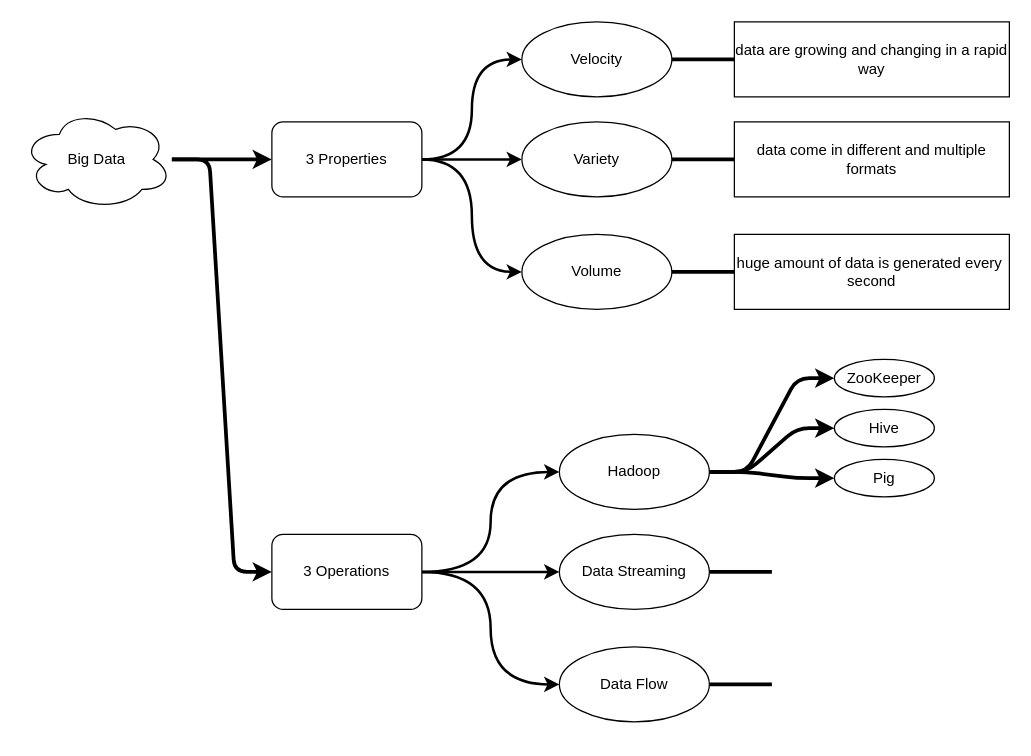
This is page "BigData" (1 of 3) of data-engineering.drawio from tungstudies/computer-science-study, a draw.io file, before an edit. Source tidied: cells renumbered, new cells numbered last; positions are measured from the earlier drawing's top-left corner, leaving out a move shared by most shapes. Both pictures are drawn from the tidied source at 125%, with x=0, y=0 at pixel (21, 21).
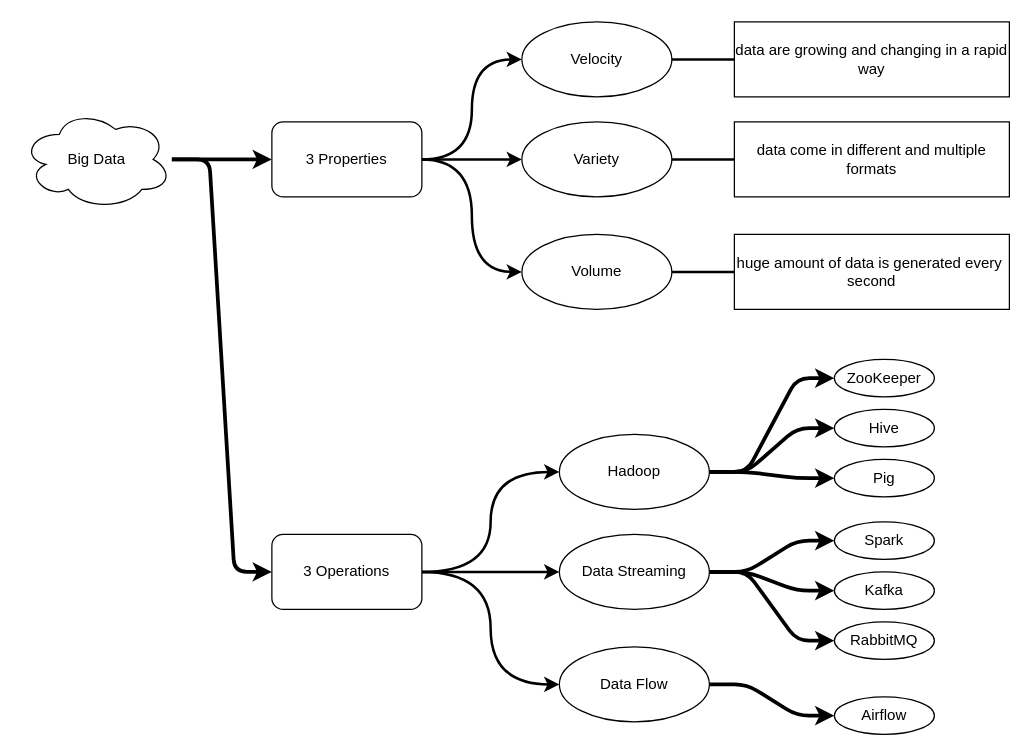
The same page after the edit.

The change refers to these unchanged cells:
```xml
<mxCell id="10" value="Variety" style="ellipse;whiteSpace=wrap;html=1;rounded=1;" parent="1" vertex="1">
  <mxGeometry x="400" y="80" width="120" height="60" as="geometry" />
</mxCell>
<mxCell id="12" value="Volume" style="ellipse;whiteSpace=wrap;html=1;rounded=1;" parent="1" vertex="1">
  <mxGeometry x="400" y="170" width="120" height="60" as="geometry" />
</mxCell>
<mxCell id="14" value="Velocity" style="ellipse;whiteSpace=wrap;html=1;rounded=1;" parent="1" vertex="1">
  <mxGeometry x="400" width="120" height="60" as="geometry" />
</mxCell>
<mxCell id="15" value="data are growing and changing in a rapid way" style="rounded=0;whiteSpace=wrap;html=1;" parent="1" vertex="1">
  <mxGeometry x="570" width="220" height="60" as="geometry" />
</mxCell>
<mxCell id="16" value="data come in different and multiple formats" style="rounded=0;whiteSpace=wrap;html=1;" parent="1" vertex="1">
  <mxGeometry x="570" y="80" width="220" height="60" as="geometry" />
</mxCell>
<mxCell id="17" value="huge amount of data is generated every&amp;nbsp; second" style="rounded=0;whiteSpace=wrap;html=1;" parent="1" vertex="1">
  <mxGeometry x="570" y="170" width="220" height="60" as="geometry" />
</mxCell>
<mxCell id="23" value="Data Streaming" style="ellipse;whiteSpace=wrap;html=1;rounded=1;" parent="1" vertex="1">
  <mxGeometry x="430" y="410" width="120" height="60" as="geometry" />
</mxCell>
<mxCell id="25" value="Data Flow" style="ellipse;whiteSpace=wrap;html=1;rounded=1;" parent="1" vertex="1">
  <mxGeometry x="430" y="500" width="120" height="60" as="geometry" />
</mxCell>
```

Change to the diagram source:
```diff
@@
-    <mxCell id="9" style="edgeStyle=elbowEdgeStyle;rounded=1;jettySize=auto;elbow=vertical;html=1;entryX=0;entryY=0.5;entryDx=0;entryDy=0;endArrow=none;endFill=0;strokeWidth=3;" parent="1" edge="1" source="10" target="16">
+    <mxCell id="9" style="edgeStyle=elbowEdgeStyle;rounded=1;jettySize=auto;elbow=vertical;html=1;entryX=0;entryY=0.5;entryDx=0;entryDy=0;endArrow=none;endFill=0;strokeWidth=2;" parent="1" edge="1" source="10" target="16">
       <mxGeometry relative="1" as="geometry" />
     </mxCell>
@@
-    <mxCell id="11" style="edgeStyle=elbowEdgeStyle;rounded=1;jettySize=auto;elbow=vertical;html=1;entryX=0;entryY=0.5;entryDx=0;entryDy=0;endArrow=none;endFill=0;strokeWidth=3;" parent="1" edge="1" source="12" target="17">
+    <mxCell id="11" style="edgeStyle=elbowEdgeStyle;rounded=1;jettySize=auto;elbow=vertical;html=1;entryX=0;entryY=0.5;entryDx=0;entryDy=0;endArrow=none;endFill=0;strokeWidth=2;" parent="1" edge="1" source="12" target="17">
       <mxGeometry relative="1" as="geometry" />
     </mxCell>
@@
-    <mxCell id="13" style="edgeStyle=elbowEdgeStyle;rounded=1;jettySize=auto;elbow=vertical;html=1;endArrow=none;endFill=0;strokeWidth=3;" parent="1" edge="1" source="14" target="15">
+    <mxCell id="13" style="edgeStyle=elbowEdgeStyle;rounded=1;jettySize=auto;elbow=vertical;html=1;endArrow=none;endFill=0;strokeWidth=2;" parent="1" edge="1" source="14" target="15">
       <mxGeometry relative="1" as="geometry" />
     </mxCell>
@@
-    <mxCell id="22" style="edgeStyle=elbowEdgeStyle;rounded=1;jettySize=auto;elbow=vertical;html=1;entryX=0;entryY=0.5;entryDx=0;entryDy=0;endArrow=none;endFill=0;strokeWidth=3;" parent="1" edge="1" source="23">
-      <mxGeometry relative="1" as="geometry">
-        <mxPoint x="600" y="440" as="targetPoint" />
-      </mxGeometry>
-    </mxCell>
@@
-    <mxCell id="24" style="edgeStyle=elbowEdgeStyle;rounded=1;jettySize=auto;elbow=vertical;html=1;entryX=0;entryY=0.5;entryDx=0;entryDy=0;endArrow=none;endFill=0;strokeWidth=3;" parent="1" edge="1" source="25">
-      <mxGeometry relative="1" as="geometry">
-        <mxPoint x="600" y="530" as="targetPoint" />
-      </mxGeometry>
-    </mxCell>
@@
+    <mxCell id="33" style="edgeStyle=entityRelationEdgeStyle;rounded=1;jettySize=auto;html=1;endArrow=classic;endFill=1;strokeWidth=3;elbow=vertical;" parent="1" edge="1" target="36">
+      <mxGeometry relative="1" as="geometry">
+        <mxPoint x="550" y="440" as="sourcePoint" />
+      </mxGeometry>
+    </mxCell>
+    <mxCell id="34" style="edgeStyle=entityRelationEdgeStyle;rounded=1;jettySize=auto;html=1;endArrow=classic;endFill=1;strokeWidth=3;elbow=vertical;" parent="1" edge="1" target="37">
+      <mxGeometry relative="1" as="geometry">
+        <mxPoint x="550" y="440" as="sourcePoint" />
+      </mxGeometry>
+    </mxCell>
+    <mxCell id="35" style="edgeStyle=entityRelationEdgeStyle;rounded=1;jettySize=auto;html=1;entryX=0;entryY=0.5;entryDx=0;entryDy=0;endArrow=classic;endFill=1;strokeWidth=3;elbow=vertical;" parent="1" edge="1" target="38">
+      <mxGeometry relative="1" as="geometry">
+        <mxPoint x="550" y="440" as="sourcePoint" />
+      </mxGeometry>
+    </mxCell>
+    <mxCell id="36" value="Spark" style="ellipse;whiteSpace=wrap;html=1;rounded=1;" parent="1" vertex="1">
+      <mxGeometry x="650" y="400" width="80" height="30" as="geometry" />
+    </mxCell>
+    <mxCell id="37" value="Kafka" style="ellipse;whiteSpace=wrap;html=1;rounded=1;" parent="1" vertex="1">
+      <mxGeometry x="650" y="440" width="80" height="30" as="geometry" />
+    </mxCell>
+    <mxCell id="38" value="RabbitMQ" style="ellipse;whiteSpace=wrap;html=1;rounded=1;" parent="1" vertex="1">
+      <mxGeometry x="650" y="480" width="80" height="30" as="geometry" />
+    </mxCell>
+    <mxCell id="39" style="edgeStyle=entityRelationEdgeStyle;rounded=1;jettySize=auto;html=1;endArrow=classic;endFill=1;strokeWidth=3;elbow=vertical;" parent="1" edge="1" target="40">
+      <mxGeometry relative="1" as="geometry">
+        <mxPoint x="550" y="530" as="sourcePoint" />
+      </mxGeometry>
+    </mxCell>
+    <mxCell id="40" value="Airflow" style="ellipse;whiteSpace=wrap;html=1;rounded=1;" parent="1" vertex="1">
+      <mxGeometry x="650" y="540" width="80" height="30" as="geometry" />
+    </mxCell>
```
